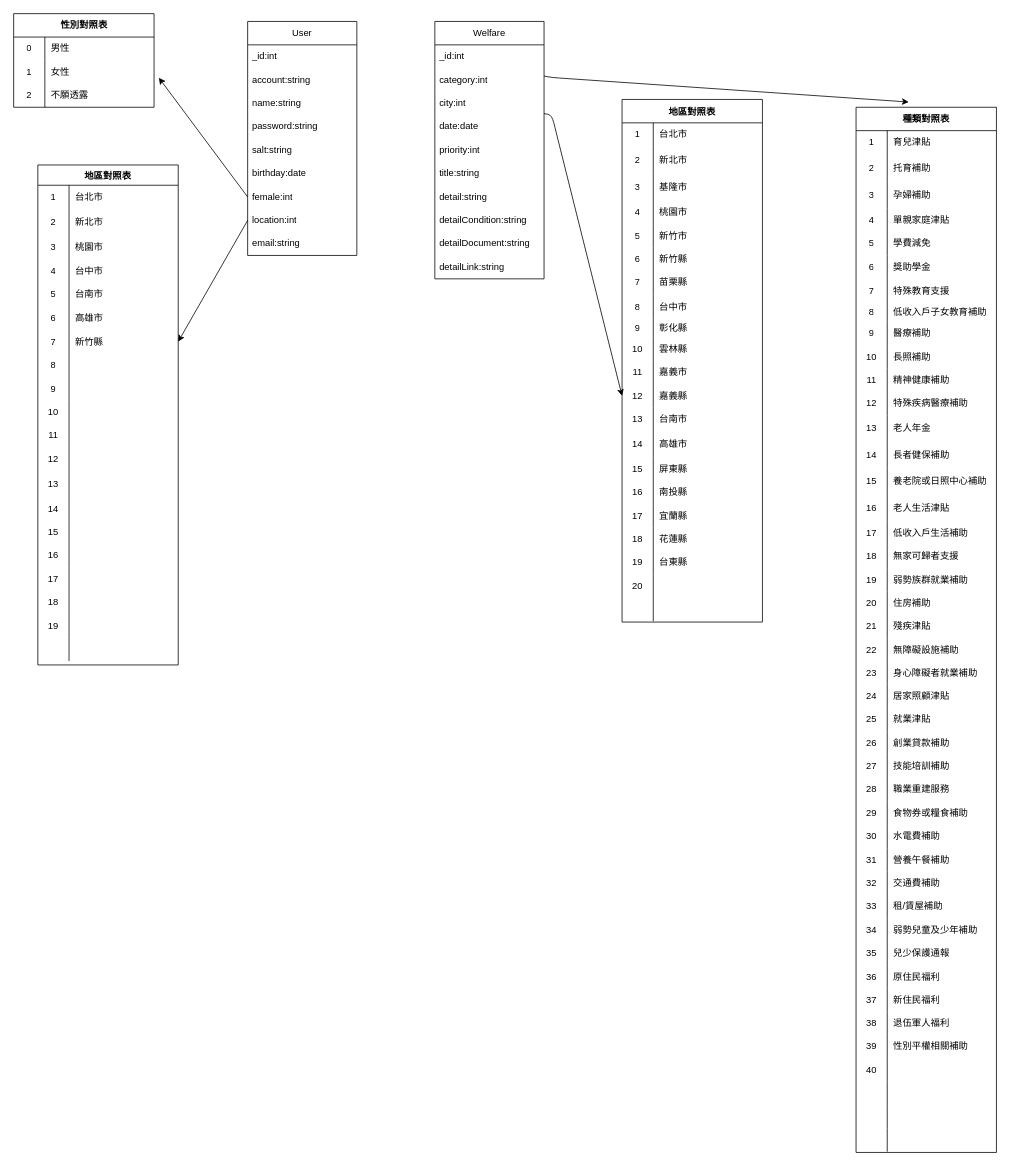
Before: ER.drawio in MonkeyKao/welfare, a draw.io diagram. Source tidied: cells renumbered, new cells numbered last; positions are measured from the earlier drawing's top-left corner, leaving out a move shared by most shapes. Both pictures are drawn from the tidied source at 78%, with x=0, y=0 at pixel (13, 13).
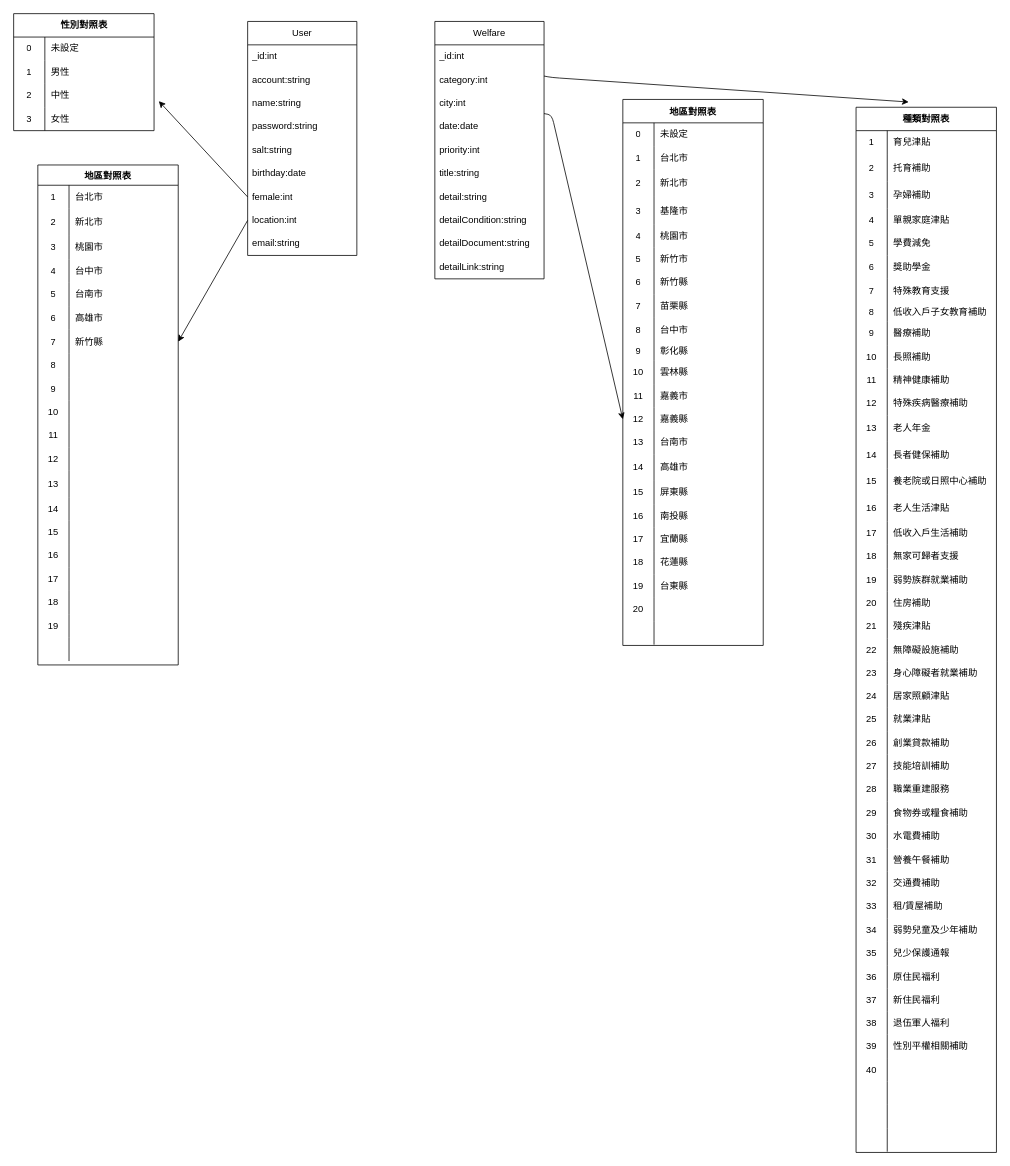
The same page after the edit.

Change to the diagram source:
```diff
@@
     <mxCell id="84" value="性別對照表" style="shape=table;startSize=30;childLayout=tableLayout;rowLines=0;fontStyle=1;strokeColor=default;fontFamily=Helvetica;fontSize=12;fontColor=default;fillColor=none;html=1;" parent="1" vertex="1">
-      <mxGeometry width="180" height="120" as="geometry" />
+      <mxGeometry width="180" height="150" as="geometry" />
     </mxCell>
+    <mxCell id="292" style="shape=tableRow;horizontal=0;startSize=0;swimlaneHead=0;swimlaneBody=0;top=0;left=0;bottom=0;right=0;fillColor=none;strokeColor=default;fontFamily=Helvetica;fontSize=12;fontColor=default;html=1;" parent="84" vertex="1">
+      <mxGeometry y="30" width="180" height="30" as="geometry" />
+    </mxCell>
+    <mxCell id="293" value="0" style="shape=partialRectangle;html=1;whiteSpace=wrap;fillColor=none;top=0;left=0;bottom=0;right=0;overflow=hidden;strokeColor=default;fontFamily=Helvetica;fontSize=12;fontColor=default;" parent="292" vertex="1">
+      <mxGeometry width="40" height="30" as="geometry" />
+    </mxCell>
+    <mxCell id="294" value="未設定" style="shape=partialRectangle;html=1;whiteSpace=wrap;fillColor=none;top=0;left=0;bottom=0;right=0;align=left;spacingLeft=6;overflow=hidden;strokeColor=default;fontFamily=Helvetica;fontSize=12;fontColor=default;" parent="292" vertex="1">
+      <mxGeometry x="40" width="140" height="30" as="geometry" />
+    </mxCell>
     <mxCell id="85" style="shape=tableRow;horizontal=0;startSize=0;swimlaneHead=0;swimlaneBody=0;top=0;left=0;bottom=0;right=0;fillColor=none;strokeColor=default;fontFamily=Helvetica;fontSize=12;fontColor=default;html=1;" parent="84" vertex="1">
-      <mxGeometry y="30" width="180" height="30" as="geometry" />
+      <mxGeometry y="60" width="180" height="30" as="geometry" />
     </mxCell>
-    <mxCell id="86" value="0" style="shape=partialRectangle;html=1;whiteSpace=wrap;fillColor=none;top=0;left=0;bottom=0;right=0;overflow=hidden;strokeColor=default;fontFamily=Helvetica;fontSize=12;fontColor=default;" parent="85" vertex="1">
+    <mxCell id="86" value="1" style="shape=partialRectangle;html=1;whiteSpace=wrap;fillColor=none;top=0;left=0;bottom=0;right=0;overflow=hidden;strokeColor=default;fontFamily=Helvetica;fontSize=12;fontColor=default;" parent="85" vertex="1">
       <mxGeometry width="40" height="30" as="geometry" />
     </mxCell>
@@
     <mxCell id="88" style="shape=tableRow;horizontal=0;startSize=0;swimlaneHead=0;swimlaneBody=0;top=0;left=0;bottom=0;right=0;fillColor=none;points=[[0,0.5],[1,0.5]];portConstraint=eastwest;strokeColor=default;fontFamily=Helvetica;fontSize=12;fontColor=default;html=1;" parent="84" vertex="1">
-      <mxGeometry y="60" width="180" height="30" as="geometry" />
+      <mxGeometry y="90" width="180" height="30" as="geometry" />
     </mxCell>
-    <mxCell id="89" value="1" style="shape=partialRectangle;html=1;whiteSpace=wrap;fillColor=none;top=0;left=0;bottom=0;right=0;overflow=hidden;strokeColor=default;fontFamily=Helvetica;fontSize=12;fontColor=default;" parent="88" vertex="1">
+    <mxCell id="89" value="2" style="shape=partialRectangle;html=1;whiteSpace=wrap;fillColor=none;top=0;left=0;bottom=0;right=0;overflow=hidden;strokeColor=default;fontFamily=Helvetica;fontSize=12;fontColor=default;" parent="88" vertex="1">
       <mxGeometry width="40" height="30" as="geometry" />
     </mxCell>
-    <mxCell id="90" value="女性" style="shape=partialRectangle;html=1;whiteSpace=wrap;fillColor=none;top=0;left=0;bottom=0;right=0;align=left;spacingLeft=6;overflow=hidden;strokeColor=default;fontFamily=Helvetica;fontSize=12;fontColor=default;" parent="88" vertex="1">
+    <mxCell id="90" value="中性" style="shape=partialRectangle;html=1;whiteSpace=wrap;fillColor=none;top=0;left=0;bottom=0;right=0;align=left;spacingLeft=6;overflow=hidden;strokeColor=default;fontFamily=Helvetica;fontSize=12;fontColor=default;" parent="88" vertex="1">
       <mxGeometry x="40" width="140" height="30" as="geometry" />
     </mxCell>
     <mxCell id="91" style="shape=tableRow;horizontal=0;startSize=0;swimlaneHead=0;swimlaneBody=0;top=0;left=0;bottom=0;right=0;fillColor=none;strokeColor=default;fontFamily=Helvetica;fontSize=12;fontColor=default;html=1;" parent="84" vertex="1">
-      <mxGeometry y="90" width="180" height="30" as="geometry" />
+      <mxGeometry y="120" width="180" height="30" as="geometry" />
     </mxCell>
-    <mxCell id="92" value="2" style="shape=partialRectangle;html=1;whiteSpace=wrap;fillColor=none;top=0;left=0;bottom=0;right=0;overflow=hidden;strokeColor=default;fontFamily=Helvetica;fontSize=12;fontColor=default;" parent="91" vertex="1">
+    <mxCell id="92" value="3" style="shape=partialRectangle;html=1;whiteSpace=wrap;fillColor=none;top=0;left=0;bottom=0;right=0;overflow=hidden;strokeColor=default;fontFamily=Helvetica;fontSize=12;fontColor=default;" parent="91" vertex="1">
       <mxGeometry width="40" height="30" as="geometry" />
     </mxCell>
-    <mxCell id="93" value="不願透露" style="shape=partialRectangle;html=1;whiteSpace=wrap;fillColor=none;top=0;left=0;bottom=0;right=0;align=left;spacingLeft=6;overflow=hidden;strokeColor=default;fontFamily=Helvetica;fontSize=12;fontColor=default;" parent="91" vertex="1">
+    <mxCell id="93" value="女性" style="shape=partialRectangle;html=1;whiteSpace=wrap;fillColor=none;top=0;left=0;bottom=0;right=0;align=left;spacingLeft=6;overflow=hidden;strokeColor=default;fontFamily=Helvetica;fontSize=12;fontColor=default;" parent="91" vertex="1">
       <mxGeometry x="40" width="140" height="30" as="geometry" />
     </mxCell>
@@
     <mxCell id="96" value="地區對照表" style="shape=table;startSize=30;childLayout=tableLayout;rowLines=0;fontStyle=1;" parent="1" vertex="1">
-      <mxGeometry x="780" y="110" width="180" height="670" as="geometry" />
+      <mxGeometry x="781" y="110" width="180" height="700" as="geometry" />
     </mxCell>
+    <mxCell id="295" style="shape=tableRow;horizontal=0;startSize=0;swimlaneHead=0;swimlaneBody=0;top=0;left=0;bottom=0;right=0;fillColor=none;" parent="96" vertex="1">
+      <mxGeometry y="30" width="180" height="30" as="geometry" />
+    </mxCell>
+    <mxCell id="296" value="0&lt;br&gt;" style="shape=partialRectangle;html=1;whiteSpace=wrap;fillColor=none;top=0;left=0;bottom=0;right=0;overflow=hidden;" parent="295" vertex="1">
+      <mxGeometry width="40" height="30" as="geometry" />
+    </mxCell>
+    <mxCell id="297" value="未設定" style="shape=partialRectangle;html=1;whiteSpace=wrap;fillColor=none;top=0;left=0;bottom=0;right=0;align=left;spacingLeft=6;overflow=hidden;" parent="295" vertex="1">
+      <mxGeometry x="40" width="140" height="30" as="geometry" />
+    </mxCell>
     <mxCell id="97" style="shape=tableRow;horizontal=0;startSize=0;swimlaneHead=0;swimlaneBody=0;top=0;left=0;bottom=0;right=0;fillColor=none;" parent="96" vertex="1">
-      <mxGeometry y="30" width="180" height="30" as="geometry" />
+      <mxGeometry y="60" width="180" height="30" as="geometry" />
     </mxCell>
@@
     <mxCell id="100" style="shape=tableRow;horizontal=0;startSize=0;swimlaneHead=0;swimlaneBody=0;top=0;left=0;bottom=0;right=0;fillColor=none;" parent="96" vertex="1">
-      <mxGeometry y="60" width="180" height="35" as="geometry" />
+      <mxGeometry y="90" width="180" height="35" as="geometry" />
     </mxCell>
@@
     <mxCell id="103" style="shape=tableRow;horizontal=0;startSize=0;swimlaneHead=0;swimlaneBody=0;top=0;left=0;bottom=0;right=0;fillColor=none;" parent="96" vertex="1">
-      <mxGeometry y="95" width="180" height="35" as="geometry" />
+      <mxGeometry y="125" width="180" height="35" as="geometry" />
     </mxCell>
@@
     <mxCell id="106" style="shape=tableRow;horizontal=0;startSize=0;swimlaneHead=0;swimlaneBody=0;top=0;left=0;bottom=0;right=0;fillColor=none;" parent="96" vertex="1">
-      <mxGeometry y="130" width="180" height="30" as="geometry" />
+      <mxGeometry y="160" width="180" height="30" as="geometry" />
     </mxCell>
@@
     <mxCell id="109" style="shape=tableRow;horizontal=0;startSize=0;swimlaneHead=0;swimlaneBody=0;top=0;left=0;bottom=0;right=0;fillColor=none;" parent="96" vertex="1">
-      <mxGeometry y="160" width="180" height="30" as="geometry" />
+      <mxGeometry y="190" width="180" height="30" as="geometry" />
     </mxCell>
@@
     <mxCell id="112" style="shape=tableRow;horizontal=0;startSize=0;swimlaneHead=0;swimlaneBody=0;top=0;left=0;bottom=0;right=0;fillColor=none;" parent="96" vertex="1">
-      <mxGeometry y="190" width="180" height="30" as="geometry" />
+      <mxGeometry y="220" width="180" height="30" as="geometry" />
     </mxCell>
@@
     <mxCell id="115" style="shape=tableRow;horizontal=0;startSize=0;swimlaneHead=0;swimlaneBody=0;top=0;left=0;bottom=0;right=0;fillColor=none;" parent="96" vertex="1">
-      <mxGeometry y="220" width="180" height="30" as="geometry" />
+      <mxGeometry y="250" width="180" height="30" as="geometry" />
     </mxCell>
@@
     <mxCell id="118" style="shape=tableRow;horizontal=0;startSize=0;swimlaneHead=0;swimlaneBody=0;top=0;left=0;bottom=0;right=0;fillColor=none;" parent="96" vertex="1">
-      <mxGeometry y="250" width="180" height="31" as="geometry" />
+      <mxGeometry y="280" width="180" height="31" as="geometry" />
     </mxCell>
@@
     <mxCell id="121" style="shape=tableRow;horizontal=0;startSize=0;swimlaneHead=0;swimlaneBody=0;top=0;left=0;bottom=0;right=0;fillColor=none;" parent="96" vertex="1">
-      <mxGeometry y="281" width="180" height="24" as="geometry" />
+      <mxGeometry y="311" width="180" height="24" as="geometry" />
     </mxCell>
@@
     <mxCell id="124" style="shape=tableRow;horizontal=0;startSize=0;swimlaneHead=0;swimlaneBody=0;top=0;left=0;bottom=0;right=0;fillColor=none;" parent="96" vertex="1">
-      <mxGeometry y="305" width="180" height="30" as="geometry" />
+      <mxGeometry y="335" width="180" height="30" as="geometry" />
     </mxCell>
@@
     <mxCell id="127" style="shape=tableRow;horizontal=0;startSize=0;swimlaneHead=0;swimlaneBody=0;top=0;left=0;bottom=0;right=0;fillColor=none;" parent="96" vertex="1">
-      <mxGeometry y="335" width="180" height="30" as="geometry" />
+      <mxGeometry y="365" width="180" height="30" as="geometry" />
     </mxCell>
@@
     <mxCell id="130" style="shape=tableRow;horizontal=0;startSize=0;swimlaneHead=0;swimlaneBody=0;top=0;left=0;bottom=0;right=0;fillColor=none;points=[[0,0.5],[1,0.5]];portConstraint=eastwest;" parent="96" vertex="1">
-      <mxGeometry y="365" width="180" height="30" as="geometry" />
+      <mxGeometry y="395" width="180" height="30" as="geometry" />
     </mxCell>
@@
     <mxCell id="133" style="shape=tableRow;horizontal=0;startSize=0;swimlaneHead=0;swimlaneBody=0;top=0;left=0;bottom=0;right=0;fillColor=none;" parent="96" vertex="1">
-      <mxGeometry y="395" width="180" height="30" as="geometry" />
+      <mxGeometry y="425" width="180" height="30" as="geometry" />
     </mxCell>
@@
     <mxCell id="136" style="shape=tableRow;horizontal=0;startSize=0;swimlaneHead=0;swimlaneBody=0;top=0;left=0;bottom=0;right=0;fillColor=none;" parent="96" vertex="1">
-      <mxGeometry y="425" width="180" height="34" as="geometry" />
+      <mxGeometry y="455" width="180" height="34" as="geometry" />
     </mxCell>
@@
     <mxCell id="139" style="shape=tableRow;horizontal=0;startSize=0;swimlaneHead=0;swimlaneBody=0;top=0;left=0;bottom=0;right=0;fillColor=none;" parent="96" vertex="1">
-      <mxGeometry y="459" width="180" height="30" as="geometry" />
+      <mxGeometry y="489" width="180" height="30" as="geometry" />
     </mxCell>
@@
     <mxCell id="142" style="shape=tableRow;horizontal=0;startSize=0;swimlaneHead=0;swimlaneBody=0;top=0;left=0;bottom=0;right=0;fillColor=none;" parent="96" vertex="1">
-      <mxGeometry y="489" width="180" height="30" as="geometry" />
+      <mxGeometry y="519" width="180" height="30" as="geometry" />
     </mxCell>
@@
     <mxCell id="145" style="shape=tableRow;horizontal=0;startSize=0;swimlaneHead=0;swimlaneBody=0;top=0;left=0;bottom=0;right=0;fillColor=none;" parent="96" vertex="1">
-      <mxGeometry y="519" width="180" height="30" as="geometry" />
+      <mxGeometry y="549" width="180" height="30" as="geometry" />
     </mxCell>
@@
     <mxCell id="148" style="shape=tableRow;horizontal=0;startSize=0;swimlaneHead=0;swimlaneBody=0;top=0;left=0;bottom=0;right=0;fillColor=none;" parent="96" vertex="1">
-      <mxGeometry y="549" width="180" height="30" as="geometry" />
+      <mxGeometry y="579" width="180" height="30" as="geometry" />
     </mxCell>
@@
     <mxCell id="151" style="shape=tableRow;horizontal=0;startSize=0;swimlaneHead=0;swimlaneBody=0;top=0;left=0;bottom=0;right=0;fillColor=none;" parent="96" vertex="1">
-      <mxGeometry y="579" width="180" height="30" as="geometry" />
+      <mxGeometry y="609" width="180" height="30" as="geometry" />
     </mxCell>
@@
     <mxCell id="154" style="shape=tableRow;horizontal=0;startSize=0;swimlaneHead=0;swimlaneBody=0;top=0;left=0;bottom=0;right=0;fillColor=none;" parent="96" vertex="1">
-      <mxGeometry y="609" width="180" height="30" as="geometry" />
+      <mxGeometry y="639" width="180" height="30" as="geometry" />
     </mxCell>
@@
     <mxCell id="157" style="shape=tableRow;horizontal=0;startSize=0;swimlaneHead=0;swimlaneBody=0;top=0;left=0;bottom=0;right=0;fillColor=none;" parent="96" vertex="1">
-      <mxGeometry y="639" width="180" height="30" as="geometry" />
+      <mxGeometry y="669" width="180" height="30" as="geometry" />
     </mxCell>
```
